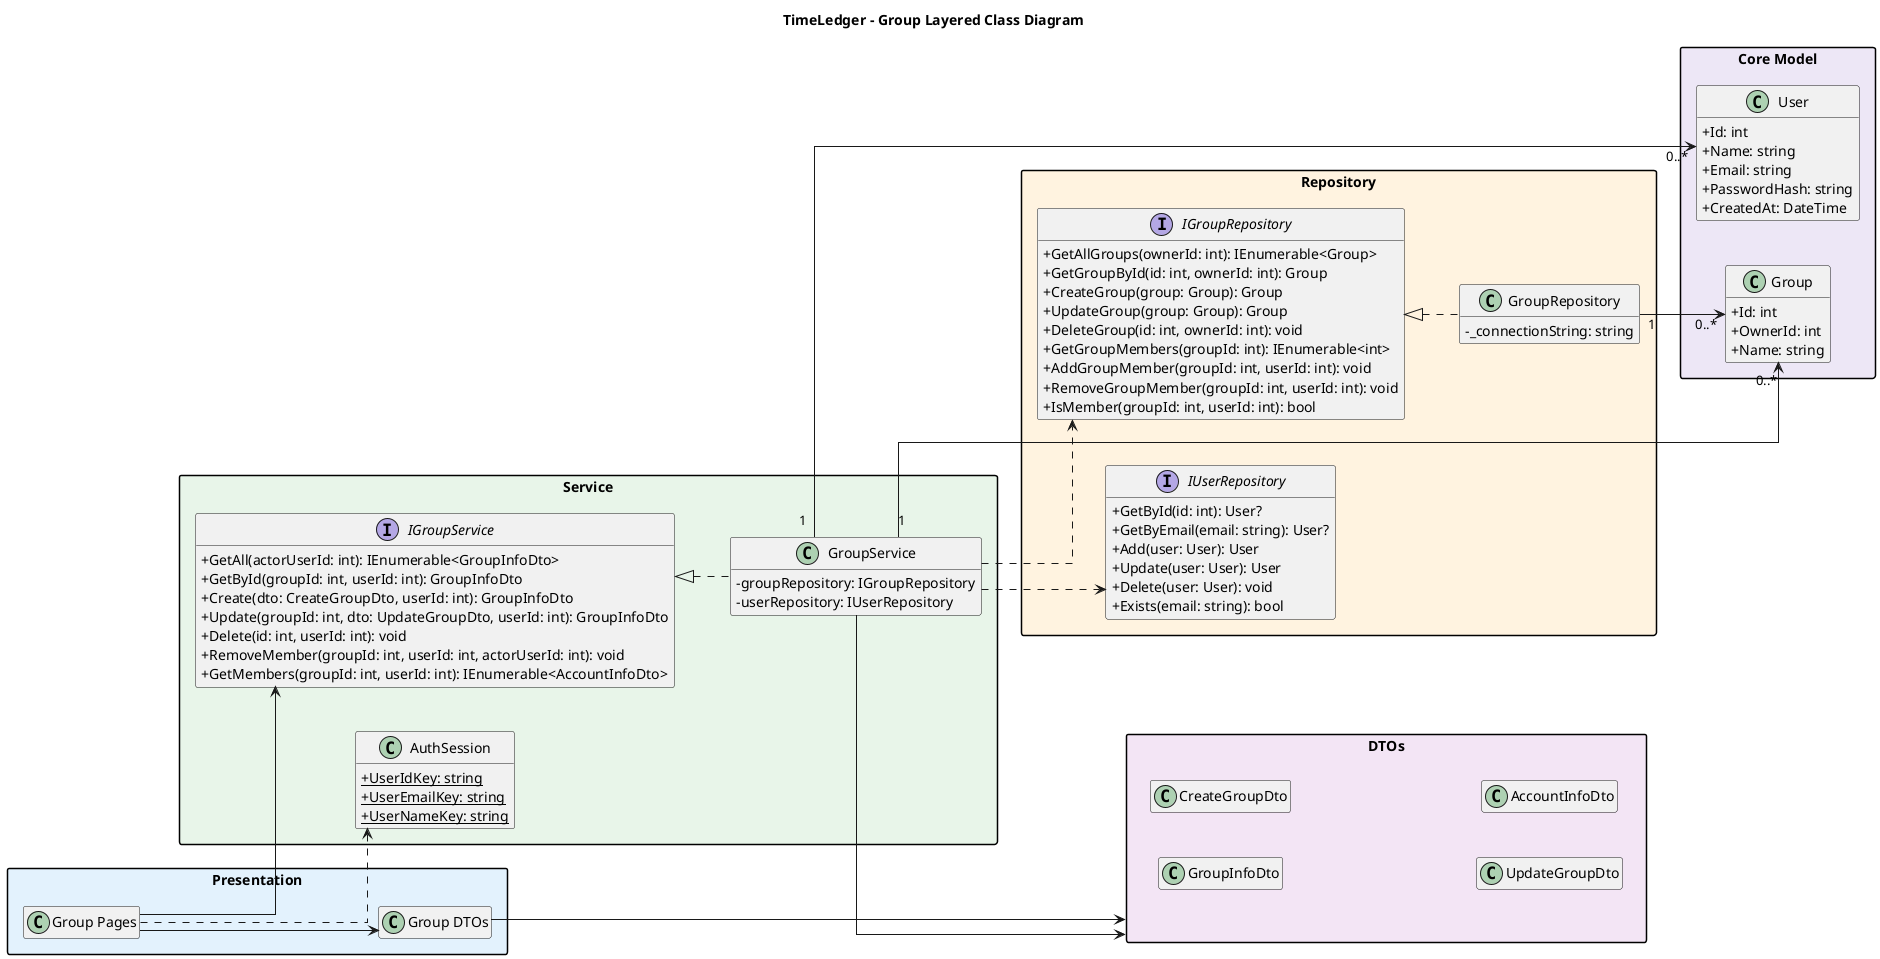
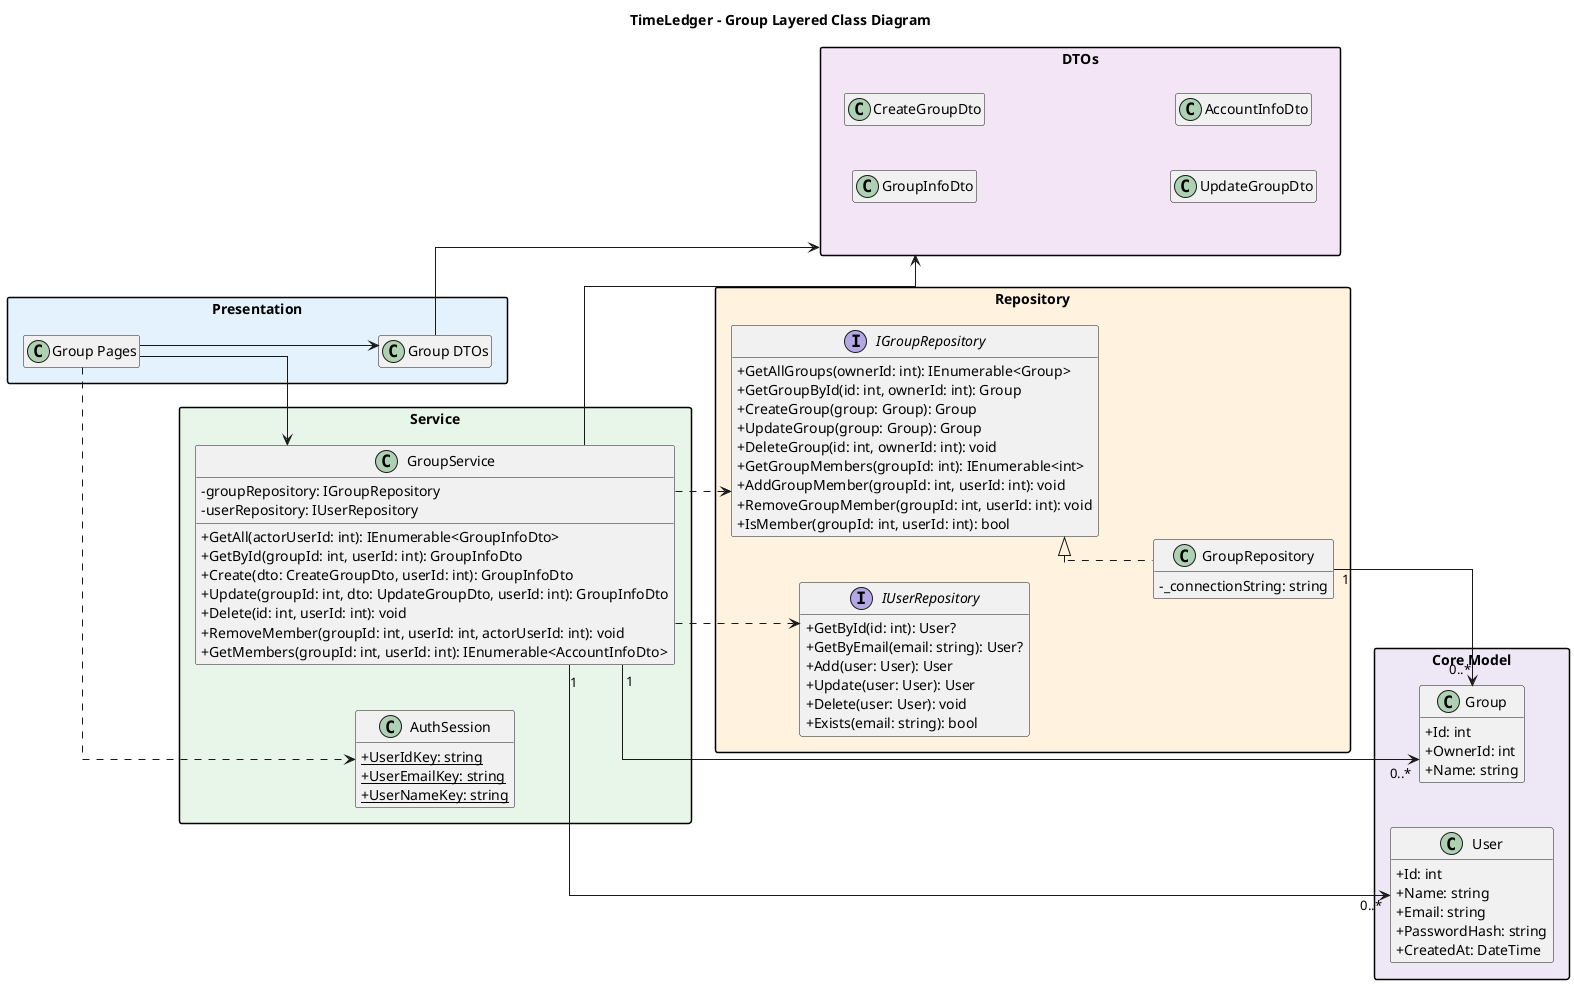
﻿@startuml
left to right direction
skinparam classAttributeIconSize 0
skinparam packageStyle rectangle
skinparam linetype ortho
skinparam nodesep 45
skinparam ranksep 55
hide empty members

title TimeLedger - Group Layered Class Diagram

package "Presentation" #E3F2FD {
  class "Group Pages" as GroupPages
  class "Group DTOs" as GroupDTOs
}

package "Service" #E8F5E9 {
-   interface IGroupService {
- 	+ GetAll(actorUserId: int): IEnumerable<GroupInfoDto>
- 	+ GetById(groupId: int, userId: int): GroupInfoDto
- 	+ Create(dto: CreateGroupDto, userId: int): GroupInfoDto
- 	+ Update(groupId: int, dto: UpdateGroupDto, userId: int): GroupInfoDto
- 	+ Delete(id: int, userId: int): void
- 	+ RemoveMember(groupId: int, userId: int, actorUserId: int): void
- 	+ GetMembers(groupId: int, userId: int): IEnumerable<AccountInfoDto>
-   }

  class GroupService {
	- groupRepository: IGroupRepository
	- userRepository: IUserRepository
+ 	+ GetAll(actorUserId: int): IEnumerable<GroupInfoDto>
+     	+ GetById(groupId: int, userId: int): GroupInfoDto
+     	+ Create(dto: CreateGroupDto, userId: int): GroupInfoDto
+     	+ Update(groupId: int, dto: UpdateGroupDto, userId: int): GroupInfoDto
+     	+ Delete(id: int, userId: int): void
+     	+ RemoveMember(groupId: int, userId: int, actorUserId: int): void
+     	+ GetMembers(groupId: int, userId: int): IEnumerable<AccountInfoDto>
  }

  class AuthSession {
	+ {static} UserIdKey: string
	+ {static} UserEmailKey: string
	+ {static} UserNameKey: string
  }
}

package "DTOs" #F3E5F5 {
  class GroupInfoDto
  class CreateGroupDto
  class UpdateGroupDto
  class AccountInfoDto
}

package "Core Model" #EDE7F6 {
  class Group {
	+ Id: int
	+ OwnerId: int
	+ Name: string
  }

  class User {
	+ Id: int
	+ Name: string
	+ Email: string
	+ PasswordHash: string
	+ CreatedAt: DateTime
  }
}

package "Repository" #FFF3E0 {
  interface IGroupRepository {
	+ GetAllGroups(ownerId: int): IEnumerable<Group>
	+ GetGroupById(id: int, ownerId: int): Group
	+ CreateGroup(group: Group): Group
	+ UpdateGroup(group: Group): Group
	+ DeleteGroup(id: int, ownerId: int): void
	+ GetGroupMembers(groupId: int): IEnumerable<int>
	+ AddGroupMember(groupId: int, userId: int): void
	+ RemoveGroupMember(groupId: int, userId: int): void
	+ IsMember(groupId: int, userId: int): bool
  }

  interface IUserRepository
  {
  + GetById(id: int): User?
  + GetByEmail(email: string): User?
  + Add(user: User): User
  + Update(user: User): User
  + Delete(user: User): void
  + Exists(email: string): bool
}

  class GroupRepository {
	- _connectionString: string
  }
}

- GroupPages --> IGroupService
+ GroupPages --> GroupService
GroupPages ..> AuthSession
GroupPages --> GroupDTOs
GroupDTOs --> DTOs
- IGroupService <|.. GroupService
GroupService --> DTOs
GroupService "1" --> "0..*" Group
GroupService "1" --> "0..*" User
GroupService ..> IGroupRepository
GroupService ..> IUserRepository
IGroupRepository <|.. GroupRepository
GroupRepository "1" --> "0..*" Group

@enduml

